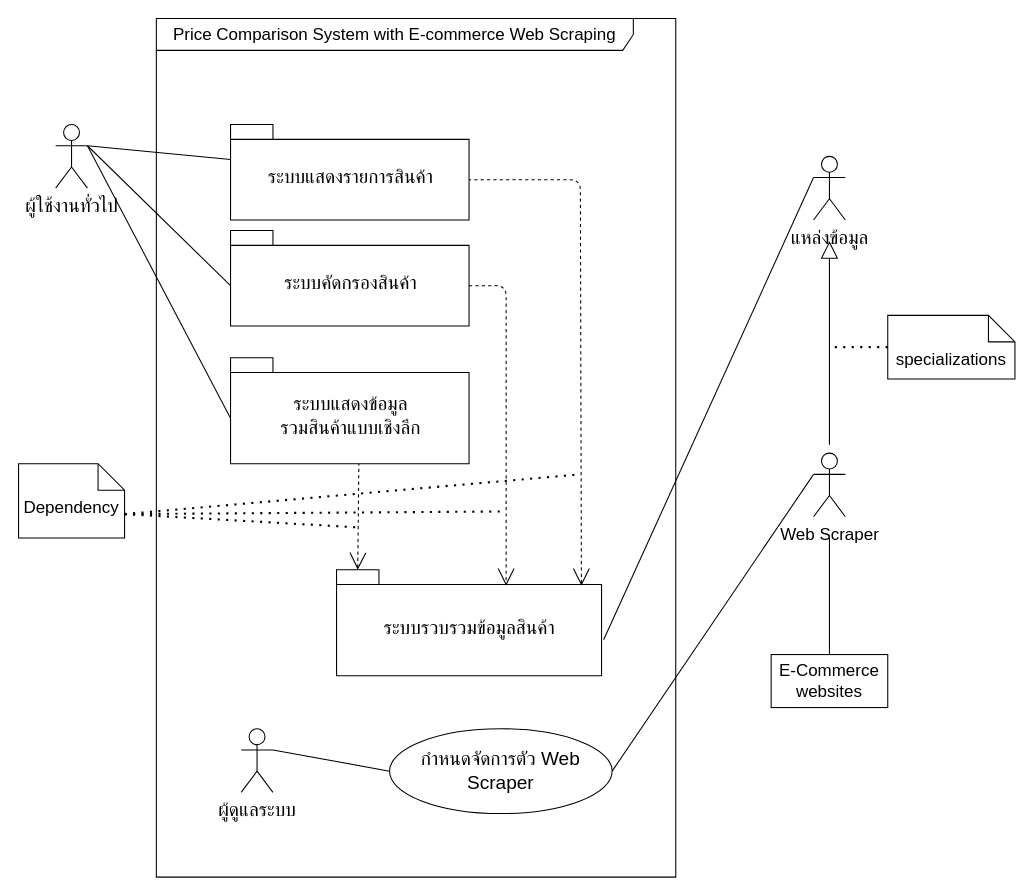
Before: Untitled Diagram.drawio in newzyz/Share, a draw.io diagram. Source tidied: cells renumbered, new cells numbered last; positions are measured from the earlier drawing's top-left corner, leaving out a move shared by most shapes. Both pictures are drawn from the tidied source at 106%, with x=0, y=0 at pixel (18, 18).
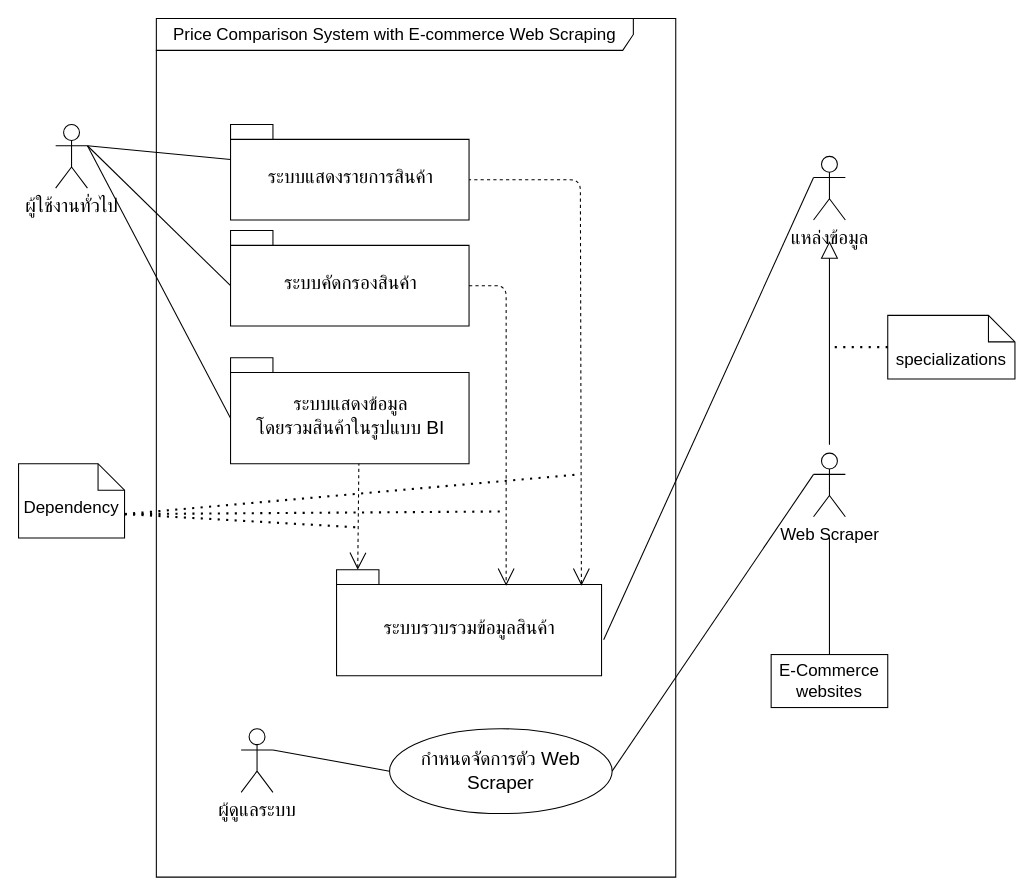
The same page after the edit.

Diff of the diagram source:
```diff
@@
-    <mxCell id="7" value="&lt;font style=&quot;font-size: 18px ; font-weight: normal&quot;&gt;ระบบแสดงข้อมูล&lt;br&gt;รวมสินค้าแบบเชิงลึก&lt;/font&gt;" style="shape=folder;fontStyle=1;spacingTop=10;tabWidth=40;tabHeight=14;tabPosition=left;html=1;hachureGap=4;" parent="1" vertex="1">
+    <mxCell id="7" value="&lt;font style=&quot;font-size: 18px ; font-weight: normal&quot;&gt;ระบบแสดงข้อมูล&lt;br&gt;โดยรวมสินค้าในรูปแบบ BI&lt;/font&gt;" style="shape=folder;fontStyle=1;spacingTop=10;tabWidth=40;tabHeight=14;tabPosition=left;html=1;hachureGap=4;" parent="1" vertex="1">
       <mxGeometry x="200" y="320" width="225" height="100" as="geometry" />
     </mxCell>
```
